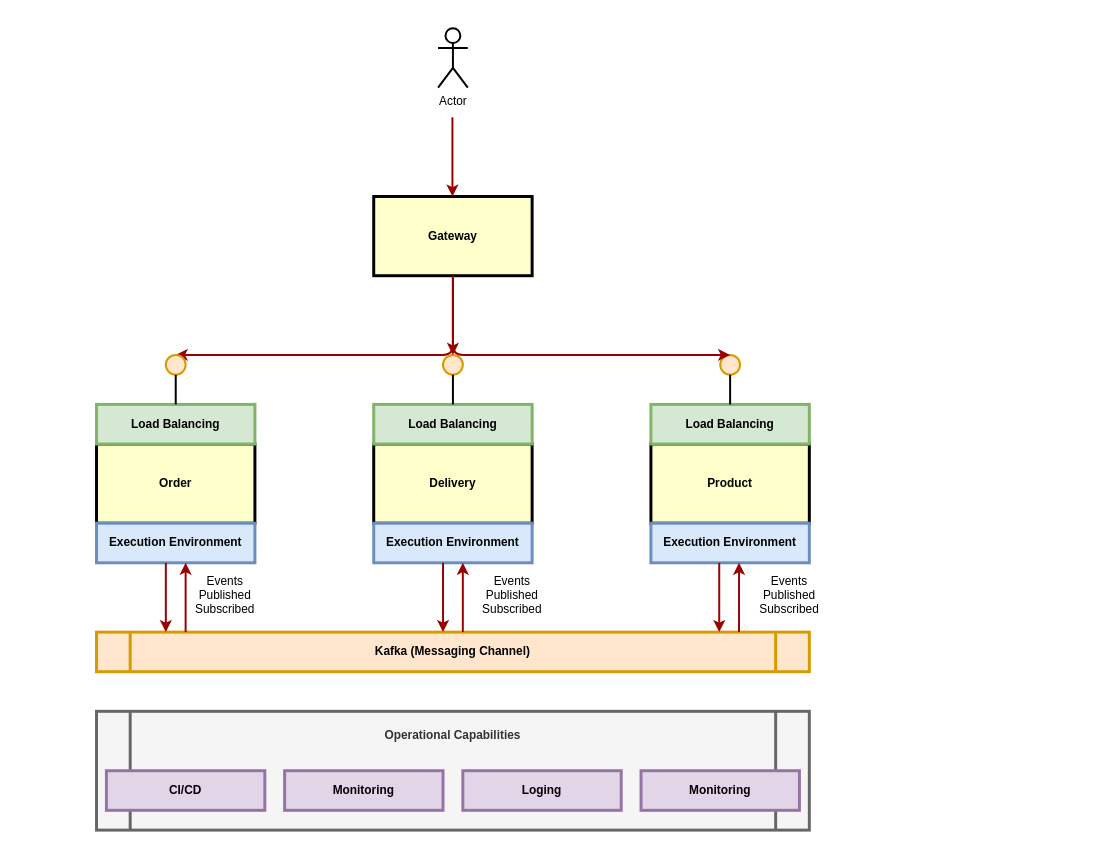
This is Untitled Diagram.drawio from danmuji8/Pre-Lab-Summary, a draw.io file, before an edit. Source tidied: cells renumbered, new cells numbered last; positions are measured from the earlier drawing's top-left corner, leaving out a move shared by most shapes. Both pictures are drawn from the tidied source at 99%, with x=0, y=0 at pixel (56, 28).
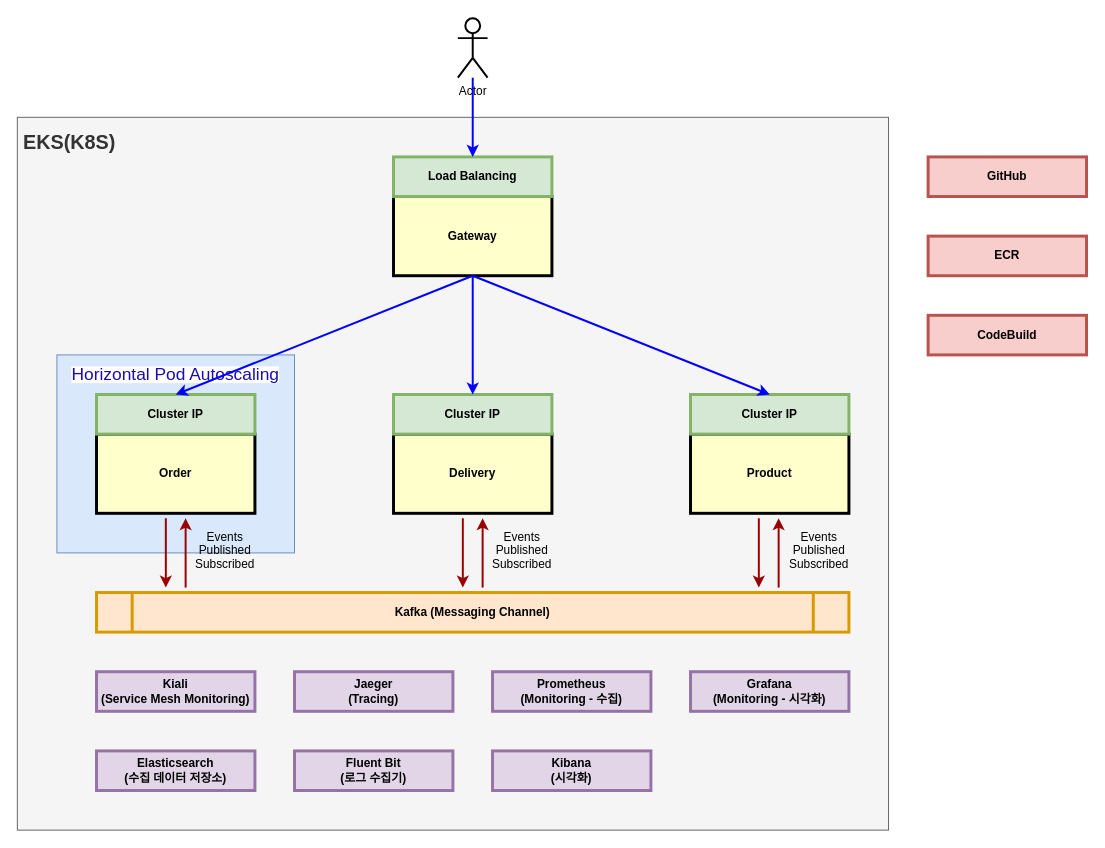
The same page after the edit.

Diff of the diagram source:
```diff
@@
-    <mxCell id="2" style="edgeStyle=elbowEdgeStyle;elbow=horizontal;strokeColor=#990000;strokeWidth=2;entryX=0.5;entryY=0;entryDx=0;entryDy=0;exitX=0.5;exitY=1;exitDx=0;exitDy=0;" parent="1" edge="1" source="5" target="15">
-      <mxGeometry relative="1" as="geometry">
-        <Array as="points">
-          <mxPoint x="400" y="290" />
-          <mxPoint x="400" y="290" />
-          <mxPoint x="400" y="280" />
-          <mxPoint x="300" y="270" />
-          <mxPoint x="270" y="290" />
-          <mxPoint x="400" y="290" />
-        </Array>
-      </mxGeometry>
-    </mxCell>
+    <mxCell id="38" value="&amp;nbsp;&lt;b&gt;&lt;font style=&quot;font-size: 20px;&quot;&gt;EKS(K8S)&lt;br&gt;&lt;br&gt;&lt;br&gt;&lt;br&gt;&lt;br&gt;&lt;br&gt;&lt;br&gt;&lt;br&gt;&lt;br&gt;&lt;br&gt;&lt;br&gt;&lt;br&gt;&lt;br&gt;&lt;br&gt;&lt;br&gt;&lt;br&gt;&lt;br&gt;&lt;br&gt;&lt;br&gt;&lt;br&gt;&lt;br&gt;&lt;br&gt;&lt;br&gt;&lt;br&gt;&lt;br&gt;&lt;br&gt;&lt;br&gt;&lt;br&gt;&lt;br&gt;&lt;/font&gt;&lt;/b&gt;" style="rounded=0;whiteSpace=wrap;html=1;fontSize=15;fillColor=#f5f5f5;fontColor=#333333;strokeColor=#666666;align=left;" parent="1" vertex="1">
+      <mxGeometry x="-40" y="90" width="880" height="720" as="geometry" />
+    </mxCell>
+    <mxCell id="39" value="&lt;font style=&quot;font-size: 15px;&quot;&gt;&lt;br&gt;&lt;a style=&quot;color: rgb(26, 13, 171); text-decoration: none; -webkit-tap-highlight-color: rgba(0, 0, 0, 0.1); outline: 0px; font-family: &amp;quot;Apple SD Gothic Neo&amp;quot;, arial, sans-serif; font-style: normal; font-variant-ligatures: normal; font-variant-caps: normal; font-weight: 400; letter-spacing: normal; orphans: 2; text-align: left; text-indent: 0px; text-transform: none; widows: 2; word-spacing: 0px; -webkit-text-stroke-width: 0px; background-color: rgb(255, 255, 255);&quot; href=&quot;https://kubernetes.io/ko/docs/tasks/run-application/horizontal-pod-autoscale/&quot;&gt;&lt;h3 style=&quot;font-weight: normal; margin: 0px 0px 3px; padding: 5px 0px 0px; line-height: 1.3; font-family: &amp;quot;Apple SD Gothic Neo&amp;quot;, arial, sans-serif; display: inline-block;&quot; class=&quot;LC20lb MBeuO DKV0Md&quot;&gt;Horizontal Pod Autoscaling&lt;/h3&gt;&lt;/a&gt;&lt;br&gt;&lt;br&gt;&lt;br&gt;&lt;br&gt;&lt;br&gt;&lt;br&gt;&lt;br&gt;&lt;br&gt;&lt;br&gt;&lt;br&gt;&lt;br&gt;&lt;/font&gt;" style="rounded=0;whiteSpace=wrap;html=1;fillColor=#dae8fc;strokeColor=#6c8ebf;" parent="1" vertex="1">
+      <mxGeometry y="330" width="240" height="200" as="geometry" />
+    </mxCell>
     <mxCell id="3" value="Kafka (Messaging Channel)" style="shape=process;whiteSpace=wrap;align=center;verticalAlign=middle;size=0.0475;fontStyle=1;strokeWidth=3;fillColor=#ffe6cc;strokeColor=#d79b00;" parent="1" vertex="1">
-      <mxGeometry x="40" y="610" width="720" height="40" as="geometry" />
+      <mxGeometry x="40" y="570" width="760" height="40" as="geometry" />
     </mxCell>
     <mxCell id="4" value="Events&#10;Published&#10;Subscribed" style="text;spacingTop=-5;align=center;" parent="1" vertex="1">
-      <mxGeometry x="130" y="550" width="80" height="50" as="geometry" />
+      <mxGeometry x="130" y="505" width="80" height="50" as="geometry" />
     </mxCell>
     <mxCell id="5" value="Gateway" style="whiteSpace=wrap;align=center;verticalAlign=middle;fontStyle=1;strokeWidth=3;fillColor=#FFFFCC;" parent="1" vertex="1">
-      <mxGeometry x="320" y="170" width="160" height="80" as="geometry" />
+      <mxGeometry x="340" y="170" width="160" height="80" as="geometry" />
     </mxCell>
     <mxCell id="6" value="Order" style="whiteSpace=wrap;align=center;verticalAlign=middle;fontStyle=1;strokeWidth=3;fillColor=#FFFFCC;" parent="1" vertex="1">
-      <mxGeometry x="40" y="420" width="160" height="80" as="geometry" />
+      <mxGeometry x="40" y="410" width="160" height="80" as="geometry" />
     </mxCell>
-    <mxCell id="7" value="Load Balancing" style="whiteSpace=wrap;align=center;verticalAlign=middle;fontStyle=1;strokeWidth=3;fillColor=#d5e8d4;strokeColor=#82b366;" parent="1" vertex="1">
-      <mxGeometry x="40" y="380" width="160" height="40" as="geometry" />
+    <mxCell id="7" value="Cluster IP" style="whiteSpace=wrap;align=center;verticalAlign=middle;fontStyle=1;strokeWidth=3;fillColor=#d5e8d4;strokeColor=#82b366;" parent="1" vertex="1">
+      <mxGeometry x="40" y="370" width="160" height="40" as="geometry" />
     </mxCell>
-    <mxCell id="8" value="Execution Environment" style="whiteSpace=wrap;align=center;verticalAlign=middle;fontStyle=1;strokeWidth=3;fillColor=#dae8fc;strokeColor=#6c8ebf;" parent="1" vertex="1">
-      <mxGeometry x="40" y="500" width="160" height="40" as="geometry" />
-    </mxCell>
     <mxCell id="9" value="Delivery" style="whiteSpace=wrap;align=center;verticalAlign=middle;fontStyle=1;strokeWidth=3;fillColor=#FFFFCC;" parent="1" vertex="1">
-      <mxGeometry x="320" y="420" width="160" height="80" as="geometry" />
+      <mxGeometry x="340" y="410" width="160" height="80" as="geometry" />
     </mxCell>
-    <mxCell id="10" value="Load Balancing" style="whiteSpace=wrap;align=center;verticalAlign=middle;fontStyle=1;strokeWidth=3;fillColor=#d5e8d4;strokeColor=#82b366;" parent="1" vertex="1">
-      <mxGeometry x="320" y="380" width="160" height="40" as="geometry" />
+    <mxCell id="10" value="Cluster IP" style="whiteSpace=wrap;align=center;verticalAlign=middle;fontStyle=1;strokeWidth=3;fillColor=#d5e8d4;strokeColor=#82b366;" parent="1" vertex="1">
+      <mxGeometry x="340" y="370" width="160" height="40" as="geometry" />
     </mxCell>
-    <mxCell id="11" value="Execution Environment" style="whiteSpace=wrap;align=center;verticalAlign=middle;fontStyle=1;strokeWidth=3;fillColor=#dae8fc;strokeColor=#6c8ebf;" parent="1" vertex="1">
-      <mxGeometry x="320" y="500" width="160" height="40" as="geometry" />
-    </mxCell>
     <mxCell id="12" value="Product" style="whiteSpace=wrap;align=center;verticalAlign=middle;fontStyle=1;strokeWidth=3;fillColor=#FFFFCC;" parent="1" vertex="1">
-      <mxGeometry x="600" y="420" width="160" height="80" as="geometry" />
+      <mxGeometry x="640" y="410" width="160" height="80" as="geometry" />
     </mxCell>
-    <mxCell id="13" value="Load Balancing" style="whiteSpace=wrap;align=center;verticalAlign=middle;fontStyle=1;strokeWidth=3;fillColor=#d5e8d4;strokeColor=#82b366;" parent="1" vertex="1">
-      <mxGeometry x="600" y="380" width="160" height="40" as="geometry" />
+    <mxCell id="13" value="Cluster IP" style="whiteSpace=wrap;align=center;verticalAlign=middle;fontStyle=1;strokeWidth=3;fillColor=#d5e8d4;strokeColor=#82b366;" parent="1" vertex="1">
+      <mxGeometry x="640" y="370" width="160" height="40" as="geometry" />
     </mxCell>
-    <mxCell id="14" value="Execution Environment" style="whiteSpace=wrap;align=center;verticalAlign=middle;fontStyle=1;strokeWidth=3;fillColor=#dae8fc;strokeColor=#6c8ebf;" parent="1" vertex="1">
-      <mxGeometry x="600" y="500" width="160" height="40" as="geometry" />
-    </mxCell>
-    <mxCell id="15" style="ellipse;whiteSpace=wrap;html=1;fillColor=#ffe6cc;strokeColor=#d79b00;strokeWidth=2;" parent="1" vertex="1">
-      <mxGeometry x="110" y="330" width="20" height="20" as="geometry" />
-    </mxCell>
-    <mxCell id="16" style="endArrow=none;html=1;rounded=0;exitX=0.5;exitY=0;exitDx=0;exitDy=0;entryX=0.5;entryY=1;entryDx=0;entryDy=0;strokeWidth=2;" parent="1" edge="1" source="7" target="15">
-      <mxGeometry relative="1" as="geometry" />
-    </mxCell>
-    <mxCell id="17" style="ellipse;whiteSpace=wrap;html=1;fillColor=#ffe6cc;strokeColor=#d79b00;strokeWidth=2;" parent="1" vertex="1">
-      <mxGeometry x="390" y="330" width="20" height="20" as="geometry" />
-    </mxCell>
-    <mxCell id="18" style="endArrow=none;html=1;rounded=0;exitX=0.5;exitY=0;exitDx=0;exitDy=0;entryX=0.5;entryY=1;entryDx=0;entryDy=0;strokeWidth=2;" parent="1" edge="1" target="17">
-      <mxGeometry relative="1" as="geometry">
-        <mxPoint x="400" y="380" as="sourcePoint" />
-      </mxGeometry>
-    </mxCell>
-    <mxCell id="19" style="ellipse;whiteSpace=wrap;html=1;fillColor=#ffe6cc;strokeColor=#d79b00;strokeWidth=2;" parent="1" vertex="1">
-      <mxGeometry x="670" y="330" width="20" height="20" as="geometry" />
-    </mxCell>
-    <mxCell id="20" style="endArrow=none;html=1;rounded=0;exitX=0.5;exitY=0;exitDx=0;exitDy=0;entryX=0.5;entryY=1;entryDx=0;entryDy=0;strokeWidth=2;" parent="1" edge="1" target="19">
-      <mxGeometry relative="1" as="geometry">
-        <mxPoint x="680" y="380" as="sourcePoint" />
-      </mxGeometry>
-    </mxCell>
-    <mxCell id="21" style="edgeStyle=elbowEdgeStyle;elbow=horizontal;strokeColor=#990000;strokeWidth=2;entryX=0.5;entryY=0;entryDx=0;entryDy=0;exitX=0.5;exitY=1;exitDx=0;exitDy=0;" parent="1" edge="1" source="5" target="19">
-      <mxGeometry relative="1" as="geometry">
-        <Array as="points">
-          <mxPoint x="400" y="300" />
-          <mxPoint x="400" y="280" />
-          <mxPoint x="410" y="290" />
-          <mxPoint x="310" y="280" />
-          <mxPoint x="280" y="300" />
-          <mxPoint x="410" y="300" />
-        </Array>
-      </mxGeometry>
-    </mxCell>
-    <mxCell id="22" style="edgeStyle=elbowEdgeStyle;elbow=horizontal;strokeColor=#990000;strokeWidth=2;entryX=0.5;entryY=0;entryDx=0;entryDy=0;exitX=0.5;exitY=1;exitDx=0;exitDy=0;" parent="1" edge="1" source="5" target="17">
-      <mxGeometry relative="1" as="geometry">
-        <Array as="points">
-          <mxPoint x="400" y="280" />
-          <mxPoint x="420" y="300" />
-          <mxPoint x="320" y="290" />
-          <mxPoint x="290" y="310" />
-          <mxPoint x="420" y="310" />
-        </Array>
-      </mxGeometry>
-    </mxCell>
     <mxCell id="23" style="edgeStyle=elbowEdgeStyle;elbow=horizontal;strokeColor=#990000;strokeWidth=2;exitX=0.5;exitY=1;exitDx=0;exitDy=0;" parent="1" edge="1">
       <mxGeometry relative="1" as="geometry">
-        <mxPoint x="110" y="540" as="sourcePoint" />
-        <mxPoint x="110.5" y="610" as="targetPoint" />
+        <mxPoint x="110" y="495" as="sourcePoint" />
+        <mxPoint x="110.5" y="565" as="targetPoint" />
         <Array as="points">
-          <mxPoint x="110" y="570" />
-          <mxPoint x="130" y="590" />
-          <mxPoint x="30" y="580" />
-          <mxPoint y="600" />
-          <mxPoint x="130" y="600" />
+          <mxPoint x="110" y="525" />
+          <mxPoint x="130" y="545" />
+          <mxPoint x="30" y="535" />
+          <mxPoint y="555" />
+          <mxPoint x="130" y="555" />
         </Array>
       </mxGeometry>
     </mxCell>
     <mxCell id="24" style="edgeStyle=elbowEdgeStyle;elbow=horizontal;strokeColor=#990000;strokeWidth=2;exitX=0.5;exitY=1;exitDx=0;exitDy=0;startArrow=classic;startFill=1;endArrow=none;endFill=0;" parent="1" edge="1">
       <mxGeometry relative="1" as="geometry">
-        <mxPoint x="130" y="540" as="sourcePoint" />
-        <mxPoint x="130.5" y="610" as="targetPoint" />
+        <mxPoint x="130" y="495" as="sourcePoint" />
+        <mxPoint x="130.5" y="565" as="targetPoint" />
         <Array as="points">
-          <mxPoint x="130" y="570" />
-          <mxPoint x="150" y="590" />
-          <mxPoint x="50" y="580" />
-          <mxPoint x="20" y="600" />
-          <mxPoint x="150" y="600" />
+          <mxPoint x="130" y="525" />
+          <mxPoint x="150" y="545" />
+          <mxPoint x="50" y="535" />
+          <mxPoint x="20" y="555" />
+          <mxPoint x="150" y="555" />
         </Array>
       </mxGeometry>
     </mxCell>
     <mxCell id="25" style="edgeStyle=elbowEdgeStyle;elbow=horizontal;strokeColor=#990000;strokeWidth=2;exitX=0.5;exitY=1;exitDx=0;exitDy=0;" parent="1" edge="1">
       <mxGeometry relative="1" as="geometry">
-        <mxPoint x="390" y="540" as="sourcePoint" />
-        <mxPoint x="390.5" y="610" as="targetPoint" />
+        <mxPoint x="410" y="495" as="sourcePoint" />
+        <mxPoint x="410.5" y="565" as="targetPoint" />
         <Array as="points">
-          <mxPoint x="390" y="570" />
-          <mxPoint x="410" y="590" />
-          <mxPoint x="310" y="580" />
-          <mxPoint x="280" y="600" />
-          <mxPoint x="410" y="600" />
+          <mxPoint x="410" y="525" />
+          <mxPoint x="430" y="545" />
+          <mxPoint x="330" y="535" />
+          <mxPoint x="300" y="555" />
+          <mxPoint x="430" y="555" />
         </Array>
       </mxGeometry>
     </mxCell>
     <mxCell id="26" style="edgeStyle=elbowEdgeStyle;elbow=horizontal;strokeColor=#990000;strokeWidth=2;exitX=0.5;exitY=1;exitDx=0;exitDy=0;startArrow=classic;startFill=1;endArrow=none;endFill=0;" parent="1" edge="1">
       <mxGeometry relative="1" as="geometry">
-        <mxPoint x="410" y="540" as="sourcePoint" />
-        <mxPoint x="410.5" y="610" as="targetPoint" />
+        <mxPoint x="430" y="495" as="sourcePoint" />
+        <mxPoint x="430.5" y="565" as="targetPoint" />
         <Array as="points">
-          <mxPoint x="410" y="570" />
-          <mxPoint x="430" y="590" />
-          <mxPoint x="330" y="580" />
-          <mxPoint x="300" y="600" />
-          <mxPoint x="430" y="600" />
+          <mxPoint x="430" y="525" />
+          <mxPoint x="450" y="545" />
+          <mxPoint x="350" y="535" />
+          <mxPoint x="320" y="555" />
+          <mxPoint x="450" y="555" />
         </Array>
       </mxGeometry>
     </mxCell>
     <mxCell id="27" style="edgeStyle=elbowEdgeStyle;elbow=horizontal;strokeColor=#990000;strokeWidth=2;exitX=0.5;exitY=1;exitDx=0;exitDy=0;" parent="1" edge="1">
       <mxGeometry relative="1" as="geometry">
-        <mxPoint x="669" y="540" as="sourcePoint" />
-        <mxPoint x="669.5" y="610" as="targetPoint" />
+        <mxPoint x="709" y="495" as="sourcePoint" />
+        <mxPoint x="709.5" y="565" as="targetPoint" />
         <Array as="points">
-          <mxPoint x="669" y="570" />
-          <mxPoint x="689" y="590" />
-          <mxPoint x="589" y="580" />
-          <mxPoint x="559" y="600" />
-          <mxPoint x="689" y="600" />
+          <mxPoint x="709" y="525" />
+          <mxPoint x="729" y="545" />
+          <mxPoint x="629" y="535" />
+          <mxPoint x="599" y="555" />
+          <mxPoint x="729" y="555" />
         </Array>
       </mxGeometry>
     </mxCell>
     <mxCell id="28" style="edgeStyle=elbowEdgeStyle;elbow=horizontal;strokeColor=#990000;strokeWidth=2;exitX=0.5;exitY=1;exitDx=0;exitDy=0;startArrow=classic;startFill=1;endArrow=none;endFill=0;" parent="1" edge="1">
       <mxGeometry relative="1" as="geometry">
-        <mxPoint x="689" y="540" as="sourcePoint" />
-        <mxPoint x="689.5" y="610" as="targetPoint" />
+        <mxPoint x="729" y="495" as="sourcePoint" />
+        <mxPoint x="729.5" y="565" as="targetPoint" />
         <Array as="points">
-          <mxPoint x="689" y="570" />
-          <mxPoint x="709" y="590" />
-          <mxPoint x="609" y="580" />
-          <mxPoint x="579" y="600" />
-          <mxPoint x="709" y="600" />
+          <mxPoint x="729" y="525" />
+          <mxPoint x="749" y="545" />
+          <mxPoint x="649" y="535" />
+          <mxPoint x="619" y="555" />
+          <mxPoint x="749" y="555" />
         </Array>
       </mxGeometry>
     </mxCell>
     <mxCell id="29" value="Events&#10;Published&#10;Subscribed" style="text;spacingTop=-5;align=center;" parent="1" vertex="1">
-      <mxGeometry x="420" y="550" width="80" height="50" as="geometry" />
+      <mxGeometry x="430" y="505" width="80" height="50" as="geometry" />
     </mxCell>
     <mxCell id="30" value="Events&#10;Published&#10;Subscribed" style="text;spacingTop=-5;align=center;" parent="1" vertex="1">
-      <mxGeometry x="700" y="550" width="80" height="50" as="geometry" />
+      <mxGeometry x="730" y="505" width="80" height="50" as="geometry" />
     </mxCell>
     <mxCell id="31" value="Actor" style="shape=umlActor;verticalLabelPosition=bottom;verticalAlign=top;html=1;strokeWidth=2;" parent="1" vertex="1">
-      <mxGeometry x="385" width="30" height="60" as="geometry" />
+      <mxGeometry x="405" y="-10" width="30" height="60" as="geometry" />
     </mxCell>
-    <mxCell id="32" style="edgeStyle=elbowEdgeStyle;elbow=horizontal;strokeColor=#990000;strokeWidth=2;entryX=0.5;entryY=0;entryDx=0;entryDy=0;exitX=0.5;exitY=1;exitDx=0;exitDy=0;" parent="1" edge="1">
-      <mxGeometry relative="1" as="geometry">
-        <mxPoint x="399.5" y="90" as="sourcePoint" />
-        <mxPoint x="399.5" y="170" as="targetPoint" />
-        <Array as="points">
-          <mxPoint x="399.5" y="120" />
-          <mxPoint x="419.5" y="140" />
-          <mxPoint x="319.5" y="130" />
-          <mxPoint x="289.5" y="150" />
-          <mxPoint x="419.5" y="150" />
-        </Array>
-      </mxGeometry>
-    </mxCell>
-    <mxCell id="33" value="Operational Capabilities&#10;&#10;&#10;&#10;&#10;" style="shape=process;whiteSpace=wrap;align=center;verticalAlign=middle;size=0.0475;fontStyle=1;strokeWidth=3;fillColor=#f5f5f5;strokeColor=#666666;fontColor=#333333;" parent="1" vertex="1">
-      <mxGeometry x="40" y="690" width="720" height="120" as="geometry" />
-    </mxCell>
-    <mxCell id="34" value="CI/CD" style="whiteSpace=wrap;align=center;verticalAlign=middle;fontStyle=1;strokeWidth=3;fillColor=#e1d5e7;strokeColor=#9673a6;" parent="1" vertex="1">
-      <mxGeometry x="50" y="750" width="160" height="40" as="geometry" />
+    <mxCell id="34" value="ECR" style="whiteSpace=wrap;align=center;verticalAlign=middle;fontStyle=1;strokeWidth=3;fillColor=#f8cecc;strokeColor=#b85450;" parent="1" vertex="1">
+      <mxGeometry x="880" y="210" width="160" height="40" as="geometry" />
     </mxCell>
-    <mxCell id="35" value="Monitoring" style="whiteSpace=wrap;align=center;verticalAlign=middle;fontStyle=1;strokeWidth=3;fillColor=#e1d5e7;strokeColor=#9673a6;" parent="1" vertex="1">
-      <mxGeometry x="230" y="750" width="160" height="40" as="geometry" />
+    <mxCell id="35" value="Kiali&#10;(Service Mesh Monitoring)" style="whiteSpace=wrap;align=center;verticalAlign=middle;fontStyle=1;strokeWidth=3;fillColor=#e1d5e7;strokeColor=#9673a6;" parent="1" vertex="1">
+      <mxGeometry x="40" y="650" width="160" height="40" as="geometry" />
     </mxCell>
-    <mxCell id="36" value="Loging" style="whiteSpace=wrap;align=center;verticalAlign=middle;fontStyle=1;strokeWidth=3;fillColor=#e1d5e7;strokeColor=#9673a6;" parent="1" vertex="1">
-      <mxGeometry x="410" y="750" width="160" height="40" as="geometry" />
+    <mxCell id="36" value="Jaeger&#10;(Tracing)" style="whiteSpace=wrap;align=center;verticalAlign=middle;fontStyle=1;strokeWidth=3;fillColor=#e1d5e7;strokeColor=#9673a6;" parent="1" vertex="1">
+      <mxGeometry x="240" y="650" width="160" height="40" as="geometry" />
     </mxCell>
-    <mxCell id="37" value="Monitoring" style="whiteSpace=wrap;align=center;verticalAlign=middle;fontStyle=1;strokeWidth=3;fillColor=#e1d5e7;strokeColor=#9673a6;" parent="1" vertex="1">
-      <mxGeometry x="590" y="750" width="160" height="40" as="geometry" />
+    <mxCell id="37" value="Prometheus&#10;(Monitoring - 수집)" style="whiteSpace=wrap;align=center;verticalAlign=middle;fontStyle=1;strokeWidth=3;fillColor=#e1d5e7;strokeColor=#9673a6;" parent="1" vertex="1">
+      <mxGeometry x="440" y="650" width="160" height="40" as="geometry" />
     </mxCell>
+    <mxCell id="40" value="Load Balancing" style="whiteSpace=wrap;align=center;verticalAlign=middle;fontStyle=1;strokeWidth=3;fillColor=#d5e8d4;strokeColor=#82b366;" parent="1" vertex="1">
+      <mxGeometry x="340" y="130" width="160" height="40" as="geometry" />
+    </mxCell>
+    <mxCell id="41" style="endArrow=classic;html=1;rounded=0;exitX=0.5;exitY=1;exitDx=0;exitDy=0;entryX=0.5;entryY=0;entryDx=0;entryDy=0;strokeWidth=2;strokeColor=#0000FF;" parent="1" edge="1" source="5" target="7">
+      <mxGeometry relative="1" as="geometry" />
+    </mxCell>
+    <mxCell id="42" style="endArrow=classic;html=1;rounded=0;entryX=0.5;entryY=0;entryDx=0;entryDy=0;strokeWidth=2;strokeColor=#0000FF;" parent="1" edge="1" target="40">
+      <mxGeometry relative="1" as="geometry">
+        <mxPoint x="420" y="50" as="sourcePoint" />
+      </mxGeometry>
+    </mxCell>
+    <mxCell id="43" style="endArrow=classic;html=1;rounded=0;strokeWidth=2;strokeColor=#0000FF;" parent="1" edge="1" target="10">
+      <mxGeometry relative="1" as="geometry">
+        <mxPoint x="420" y="250" as="sourcePoint" />
+      </mxGeometry>
+    </mxCell>
+    <mxCell id="44" style="endArrow=classic;html=1;rounded=0;strokeWidth=2;strokeColor=#0000FF;entryX=0.5;entryY=0;entryDx=0;entryDy=0;exitX=0.5;exitY=1;exitDx=0;exitDy=0;" parent="1" edge="1" source="5" target="13">
+      <mxGeometry relative="1" as="geometry" />
+    </mxCell>
+    <mxCell id="45" value="GitHub" style="whiteSpace=wrap;align=center;verticalAlign=middle;fontStyle=1;strokeWidth=3;fillColor=#f8cecc;strokeColor=#b85450;" parent="1" vertex="1">
+      <mxGeometry x="880" y="130" width="160" height="40" as="geometry" />
+    </mxCell>
+    <mxCell id="46" value="CodeBuild" style="whiteSpace=wrap;align=center;verticalAlign=middle;fontStyle=1;strokeWidth=3;fillColor=#f8cecc;strokeColor=#b85450;" parent="1" vertex="1">
+      <mxGeometry x="880" y="290" width="160" height="40" as="geometry" />
+    </mxCell>
+    <mxCell id="47" value="Grafana&#10;(Monitoring - 시각화)" style="whiteSpace=wrap;align=center;verticalAlign=middle;fontStyle=1;strokeWidth=3;fillColor=#e1d5e7;strokeColor=#9673a6;" parent="1" vertex="1">
+      <mxGeometry x="640" y="650" width="160" height="40" as="geometry" />
+    </mxCell>
+    <mxCell id="48" value="Elasticsearch&#10;(수집 데이터 저장소)" style="whiteSpace=wrap;align=center;verticalAlign=middle;fontStyle=1;strokeWidth=3;fillColor=#e1d5e7;strokeColor=#9673a6;" parent="1" vertex="1">
+      <mxGeometry x="40" y="730" width="160" height="40" as="geometry" />
+    </mxCell>
+    <mxCell id="49" value="Fluent Bit&#10;(로그 수집기)" style="whiteSpace=wrap;align=center;verticalAlign=middle;fontStyle=1;strokeWidth=3;fillColor=#e1d5e7;strokeColor=#9673a6;" parent="1" vertex="1">
+      <mxGeometry x="240" y="730" width="160" height="40" as="geometry" />
+    </mxCell>
+    <mxCell id="50" value="Kibana&#10;(시각화)" style="whiteSpace=wrap;align=center;verticalAlign=middle;fontStyle=1;strokeWidth=3;fillColor=#e1d5e7;strokeColor=#9673a6;" parent="1" vertex="1">
+      <mxGeometry x="440" y="730" width="160" height="40" as="geometry" />
+    </mxCell>
```
